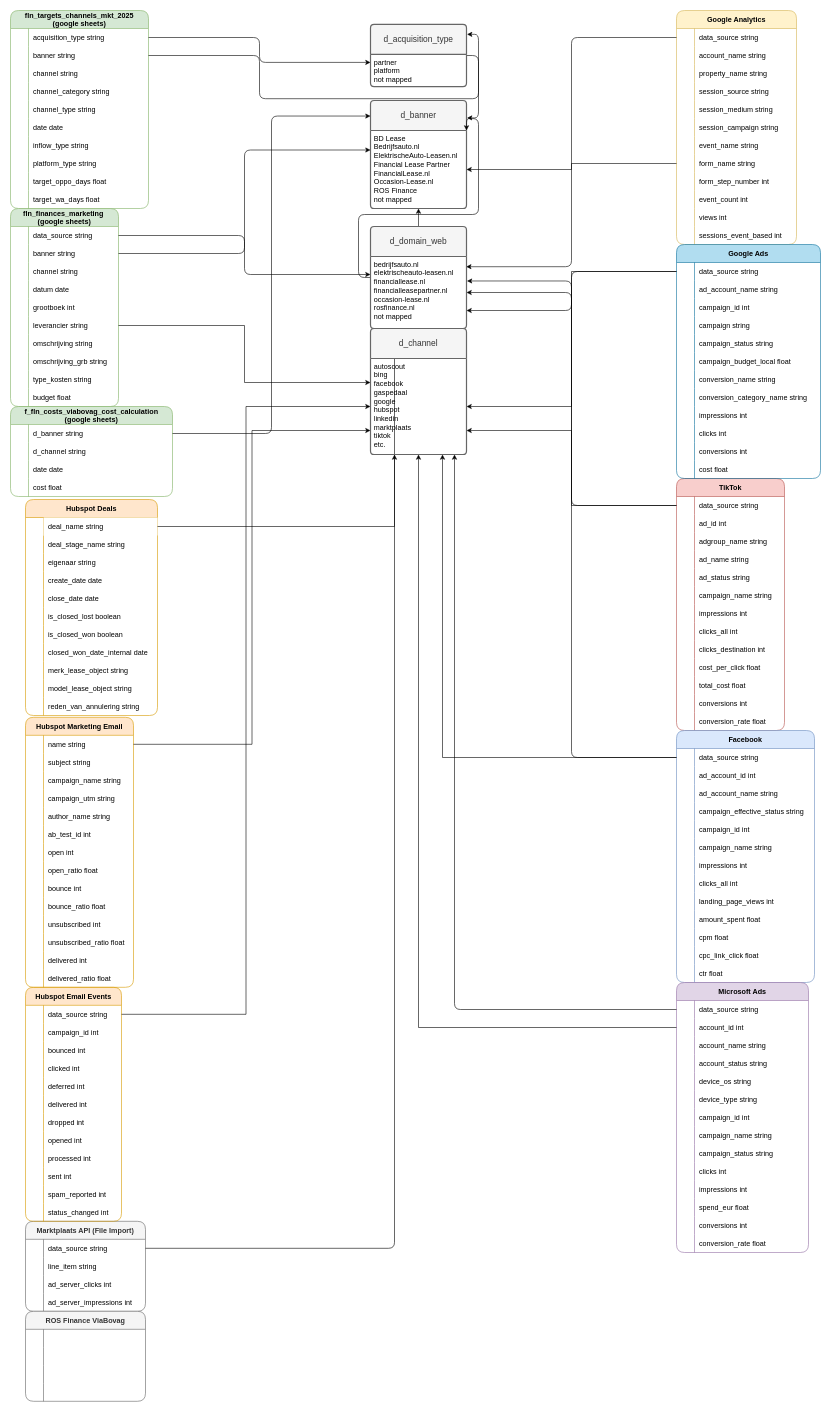
This is funnel_mapping.drawio from YveTDS/Draw_io, a draw.io file, before an edit. Source tidied: cells renumbered, new cells numbered last; positions are measured from the earlier drawing's top-left corner, leaving out a move shared by most shapes. Both pictures are drawn from the tidied source at 60%, with x=0, y=0 at pixel (10, 10).
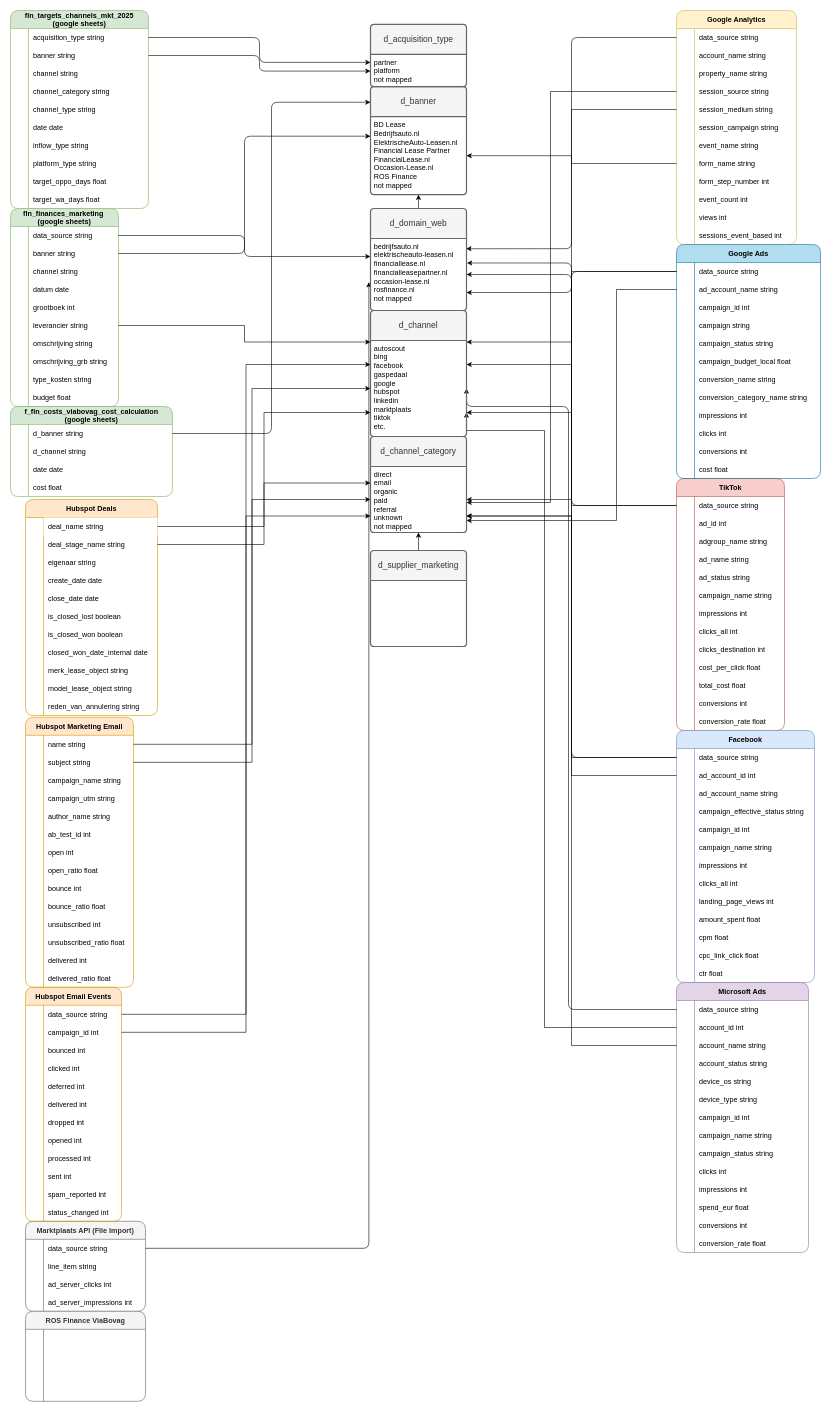
Above is the later version.

The change refers to these unchanged cells:
```xml
<mxCell id="18" style="shape=tableRow;horizontal=0;startSize=0;swimlaneHead=0;swimlaneBody=0;fillColor=none;points=[[0,0.5],[1,0.5]];portConstraint=eastwest;strokeColor=inherit;top=0;left=0;right=0;bottom=0;rounded=1;" parent="2" vertex="1">
  <mxGeometry y="180" width="180" height="30" as="geometry" />
</mxCell>
<mxCell id="50" style="shape=tableRow;horizontal=0;startSize=0;swimlaneHead=0;swimlaneBody=0;fillColor=none;points=[[0,0.5],[1,0.5]];portConstraint=eastwest;strokeColor=inherit;top=0;left=0;right=0;bottom=0;rounded=1;" parent="46" vertex="1">
  <mxGeometry y="60" width="230" height="30" as="geometry" />
</mxCell>
<mxCell id="79" value="BD Lease&lt;div&gt;Bedrijfsauto.nl&lt;/div&gt;&lt;div&gt;ElektrischeAuto-Leasen.nl&lt;/div&gt;&lt;div&gt;Financial Lease Partner&lt;/div&gt;&lt;div&gt;FinancialLease.nl&lt;/div&gt;&lt;div&gt;Occasion-Lease.nl&lt;/div&gt;&lt;div&gt;ROS Finance&amp;nbsp;&lt;/div&gt;&lt;div&gt;not mapped&lt;/div&gt;" style="align=left;strokeColor=none;fillColor=none;spacingLeft=4;spacingRight=4;fontSize=12;verticalAlign=top;html=1;whiteSpace=wrap;rounded=1;" parent="78" vertex="1">
  <mxGeometry y="50" width="160" height="130" as="geometry" />
</mxCell>
<mxCell id="93" style="shape=tableRow;horizontal=0;startSize=0;swimlaneHead=0;swimlaneBody=0;fillColor=none;points=[[0,0.5],[1,0.5]];portConstraint=eastwest;strokeColor=inherit;top=0;left=0;right=0;bottom=0;rounded=1;" parent="83" vertex="1">
  <mxGeometry y="120" width="200" height="30" as="geometry" />
</mxCell>
<mxCell id="96" style="shape=tableRow;horizontal=0;startSize=0;swimlaneHead=0;swimlaneBody=0;fillColor=none;points=[[0,0.5],[1,0.5]];portConstraint=eastwest;strokeColor=inherit;top=0;left=0;right=0;bottom=0;rounded=1;" parent="83" vertex="1">
  <mxGeometry y="150" width="200" height="30" as="geometry" />
</mxCell>
<mxCell id="125" style="shape=tableRow;horizontal=0;startSize=0;swimlaneHead=0;swimlaneBody=0;fillColor=none;points=[[0,0.5],[1,0.5]];portConstraint=eastwest;strokeColor=inherit;top=0;left=0;right=0;bottom=0;rounded=1;" parent="124" vertex="1">
  <mxGeometry y="30" width="180" height="30" as="geometry" />
</mxCell>
<mxCell id="166" style="shape=tableRow;horizontal=0;startSize=0;swimlaneHead=0;swimlaneBody=0;fillColor=none;points=[[0,0.5],[1,0.5]];portConstraint=eastwest;strokeColor=inherit;top=0;left=0;right=0;bottom=0;rounded=1;" parent="165" vertex="1">
  <mxGeometry y="30" width="230" height="30" as="geometry" />
</mxCell>
<mxCell id="169" style="shape=tableRow;horizontal=0;startSize=0;swimlaneHead=0;swimlaneBody=0;fillColor=none;points=[[0,0.5],[1,0.5]];portConstraint=eastwest;strokeColor=inherit;top=0;left=0;right=0;bottom=0;rounded=1;" parent="165" vertex="1">
  <mxGeometry y="60" width="230" height="30" as="geometry" />
</mxCell>
<mxCell id="207" style="shape=tableRow;horizontal=0;startSize=0;swimlaneHead=0;swimlaneBody=0;fillColor=none;points=[[0,0.5],[1,0.5]];portConstraint=eastwest;strokeColor=inherit;top=0;left=0;right=0;bottom=0;rounded=1;" parent="206" vertex="1">
  <mxGeometry y="30" width="240" height="30" as="geometry" />
</mxCell>
<mxCell id="210" style="shape=tableRow;horizontal=0;startSize=0;swimlaneHead=0;swimlaneBody=0;fillColor=none;points=[[0,0.5],[1,0.5]];portConstraint=eastwest;strokeColor=inherit;top=0;left=0;right=0;bottom=0;rounded=1;" parent="206" vertex="1">
  <mxGeometry y="60" width="240" height="30" as="geometry" />
</mxCell>
<mxCell id="245" style="shape=tableRow;horizontal=0;startSize=0;swimlaneHead=0;swimlaneBody=0;fillColor=none;points=[[0,0.5],[1,0.5]];portConstraint=eastwest;strokeColor=inherit;top=0;left=0;right=0;bottom=0;rounded=1;" parent="244" vertex="1">
  <mxGeometry y="30" width="220" height="30" as="geometry" />
</mxCell>
<mxCell id="248" style="shape=tableRow;horizontal=0;startSize=0;swimlaneHead=0;swimlaneBody=0;fillColor=none;points=[[0,0.5],[1,0.5]];portConstraint=eastwest;strokeColor=inherit;top=0;left=0;right=0;bottom=0;rounded=1;" parent="244" vertex="1">
  <mxGeometry y="60" width="220" height="30" as="geometry" />
</mxCell>
<mxCell id="251" style="shape=tableRow;horizontal=0;startSize=0;swimlaneHead=0;swimlaneBody=0;fillColor=none;points=[[0,0.5],[1,0.5]];portConstraint=eastwest;strokeColor=inherit;top=0;left=0;right=0;bottom=0;rounded=1;" parent="244" vertex="1">
  <mxGeometry y="90" width="220" height="30" as="geometry" />
</mxCell>
<mxCell id="288" style="shape=tableRow;horizontal=0;startSize=0;swimlaneHead=0;swimlaneBody=0;fillColor=none;points=[[0,0.5],[1,0.5]];portConstraint=eastwest;strokeColor=inherit;top=0;left=0;right=0;bottom=0;rounded=1;" parent="287" vertex="1">
  <mxGeometry y="30" width="200" height="30" as="geometry" />
</mxCell>
<mxCell id="302" style="shape=tableRow;horizontal=0;startSize=0;swimlaneHead=0;swimlaneBody=0;fillColor=none;points=[[0,0.5],[1,0.5]];portConstraint=eastwest;strokeColor=inherit;top=0;left=0;right=0;bottom=0;rounded=1;" parent="301" vertex="1">
  <mxGeometry y="30" width="220" height="30" as="geometry" />
</mxCell>
<mxCell id="305" style="shape=tableRow;horizontal=0;startSize=0;swimlaneHead=0;swimlaneBody=0;fillColor=none;points=[[0,0.5],[1,0.5]];portConstraint=eastwest;strokeColor=inherit;top=0;left=0;right=0;bottom=0;rounded=1;" parent="301" vertex="1">
  <mxGeometry y="60" width="220" height="30" as="geometry" />
</mxCell>
<mxCell id="336" style="shape=tableRow;horizontal=0;startSize=0;swimlaneHead=0;swimlaneBody=0;fillColor=none;points=[[0,0.5],[1,0.5]];portConstraint=eastwest;strokeColor=inherit;top=0;left=0;right=0;bottom=0;rounded=1;" parent="335" vertex="1">
  <mxGeometry y="30" width="160" height="30" as="geometry" />
</mxCell>
<mxCell id="339" style="shape=tableRow;horizontal=0;startSize=0;swimlaneHead=0;swimlaneBody=0;fillColor=none;points=[[0,0.5],[1,0.5]];portConstraint=eastwest;strokeColor=inherit;top=0;left=0;right=0;bottom=0;rounded=1;" parent="335" vertex="1">
  <mxGeometry y="60" width="160" height="30" as="geometry" />
</mxCell>
<mxCell id="373" style="shape=tableRow;horizontal=0;startSize=0;swimlaneHead=0;swimlaneBody=0;fillColor=none;points=[[0,0.5],[1,0.5]];portConstraint=eastwest;strokeColor=inherit;top=0;left=0;right=0;bottom=0;rounded=1;" parent="372" vertex="1">
  <mxGeometry y="30" width="180" height="30" as="geometry" />
</mxCell>
<mxCell id="376" style="shape=tableRow;horizontal=0;startSize=0;swimlaneHead=0;swimlaneBody=0;fillColor=none;points=[[0,0.5],[1,0.5]];portConstraint=eastwest;strokeColor=inherit;top=0;left=0;right=0;bottom=0;rounded=1;" parent="372" vertex="1">
  <mxGeometry y="60" width="180" height="30" as="geometry" />
</mxCell>
<mxCell id="416" value="d_acquisition_type" style="swimlane;horizontal=1;startSize=50;rounded=1;fontSize=14;fontStyle=0;strokeWidth=2;shadow=0;dashed=0;align=center;arcSize=4;whiteSpace=wrap;html=1;fillColor=#f5f5f5;fontColor=#333333;strokeColor=#666666;" parent="1" vertex="1">
  <mxGeometry x="600" y="23" width="160" height="104" as="geometry" />
</mxCell>
<mxCell id="419" value="bedrijfsauto.nl&lt;div&gt;elektrischeauto-leasen.nl&lt;/div&gt;&lt;div&gt;financiallease.nl&lt;/div&gt;&lt;div&gt;financialleasepartner.nl&lt;/div&gt;&lt;div&gt;occasion-lease.nl&lt;/div&gt;&lt;div&gt;rosfinance.nl&lt;/div&gt;&lt;div&gt;not mapped&lt;/div&gt;" style="align=left;strokeColor=none;fillColor=none;spacingLeft=4;spacingRight=4;fontSize=12;verticalAlign=top;html=1;whiteSpace=wrap;rounded=1;" parent="418" vertex="1">
  <mxGeometry y="50" width="160" height="120" as="geometry" />
</mxCell>
<mxCell id="444" value="autoscout&lt;div&gt;bing&lt;/div&gt;&lt;div&gt;facebook&lt;/div&gt;&lt;div&gt;gaspedaal&lt;/div&gt;&lt;div&gt;google&lt;/div&gt;&lt;div&gt;hubspot&lt;/div&gt;&lt;div&gt;linkedin&lt;/div&gt;&lt;div&gt;marktplaats&lt;/div&gt;&lt;div&gt;tiktok&lt;/div&gt;&lt;div&gt;etc.&lt;/div&gt;" style="align=left;strokeColor=none;fillColor=none;spacingLeft=4;spacingRight=4;fontSize=12;verticalAlign=top;html=1;whiteSpace=wrap;rounded=1;" parent="443" vertex="1">
  <mxGeometry y="50" width="160" height="160" as="geometry" />
</mxCell>
```

The edit, as a diff of the source:
```diff
@@
     <mxCell id="78" value="d_banner" style="swimlane;horizontal=1;startSize=50;rounded=1;fontSize=14;fontStyle=0;strokeWidth=2;shadow=0;dashed=0;align=center;arcSize=4;whiteSpace=wrap;html=1;fillColor=#f5f5f5;fontColor=#333333;strokeColor=#666666;" parent="1" vertex="1">
-      <mxGeometry x="600" y="150" width="160" height="180" as="geometry" />
+      <mxGeometry x="600" y="127" width="160" height="180" as="geometry" />
     </mxCell>
@@
-    <mxCell id="82" style="edgeStyle=orthogonalEdgeStyle;rounded=1;jettySize=auto;html=1;exitX=1;exitY=0.5;exitDx=0;exitDy=0;entryX=1.006;entryY=0.161;entryDx=0;entryDy=0;entryPerimeter=0;" parent="1" edge="1" source="416" target="78">
-      <mxGeometry relative="1" as="geometry" />
-    </mxCell>
@@
-    <mxCell id="120" style="edgeStyle=orthogonalEdgeStyle;rounded=1;jettySize=auto;html=1;exitX=0;exitY=0.5;exitDx=0;exitDy=0;entryX=1;entryY=0;entryDx=0;entryDy=0;" parent="1" edge="1" source="418" target="79">
-      <mxGeometry relative="1" as="geometry" />
-    </mxCell>
@@
-    <mxCell id="300" style="edgeStyle=orthogonalEdgeStyle;rounded=1;jettySize=auto;html=1;exitX=1;exitY=0.5;exitDx=0;exitDy=0;entryX=0.25;entryY=1;entryDx=0;entryDy=0;" parent="1" edge="1" source="288" target="419">
+    <mxCell id="300" style="edgeStyle=orthogonalEdgeStyle;rounded=1;jettySize=auto;html=1;exitX=1;exitY=0.5;exitDx=0;exitDy=0;entryX=-0.017;entryY=0.606;entryDx=0;entryDy=0;entryPerimeter=0;" parent="1" edge="1" source="288" target="419">
       <mxGeometry relative="1" as="geometry" />
     </mxCell>
@@
-    <mxCell id="415" style="edgeStyle=orthogonalEdgeStyle;rounded=1;jettySize=auto;html=1;exitX=1;exitY=0.5;exitDx=0;exitDy=0;entryX=1.006;entryY=0.161;entryDx=0;entryDy=0;entryPerimeter=0;" parent="1" edge="1" source="50" target="416">
+    <mxCell id="415" style="edgeStyle=orthogonalEdgeStyle;rounded=1;jettySize=auto;html=1;exitX=1;exitY=0.5;exitDx=0;exitDy=0;entryX=0;entryY=0.75;entryDx=0;entryDy=0;" parent="1" edge="1" source="50" target="416">
       <mxGeometry relative="1" as="geometry" />
     </mxCell>
@@
     <mxCell id="418" value="d_domain_web" style="swimlane;horizontal=1;startSize=50;rounded=1;fontSize=14;fontStyle=0;strokeWidth=2;shadow=0;dashed=0;align=center;arcSize=4;whiteSpace=wrap;html=1;fillColor=#f5f5f5;fontColor=#333333;strokeColor=#666666;" parent="1" vertex="1">
-      <mxGeometry x="600" y="360" width="160" height="170" as="geometry" />
+      <mxGeometry x="600" y="330" width="160" height="170" as="geometry" />
     </mxCell>
@@
-    <mxCell id="435" style="edgeStyle=orthogonalEdgeStyle;rounded=0;jettySize=auto;html=1;exitX=0;exitY=0.5;exitDx=0;exitDy=0;entryX=1;entryY=0.5;entryDx=0;entryDy=0;" parent="1" edge="1" source="207" target="444">
+    <mxCell id="435" style="edgeStyle=orthogonalEdgeStyle;rounded=0;jettySize=auto;html=1;exitX=0;exitY=0.5;exitDx=0;exitDy=0;entryX=1;entryY=0.25;entryDx=0;entryDy=0;" parent="1" edge="1" source="207" target="443">
       <mxGeometry relative="1" as="geometry" />
     </mxCell>
-    <mxCell id="436" style="edgeStyle=orthogonalEdgeStyle;rounded=0;jettySize=auto;html=1;exitX=0;exitY=0.5;exitDx=0;exitDy=0;entryX=1;entryY=0.75;entryDx=0;entryDy=0;" parent="1" edge="1" source="125" target="444">
+    <mxCell id="436" style="edgeStyle=orthogonalEdgeStyle;rounded=0;jettySize=auto;html=1;exitX=0;exitY=0.5;exitDx=0;exitDy=0;entryX=1;entryY=0.25;entryDx=0;entryDy=0;" parent="1" edge="1" source="125" target="444">
       <mxGeometry relative="1" as="geometry" />
     </mxCell>
-    <mxCell id="437" style="edgeStyle=orthogonalEdgeStyle;rounded=0;jettySize=auto;html=1;exitX=0;exitY=0.5;exitDx=0;exitDy=0;entryX=0.75;entryY=1;entryDx=0;entryDy=0;" parent="1" edge="1" source="166" target="444">
+    <mxCell id="437" style="edgeStyle=orthogonalEdgeStyle;rounded=0;jettySize=auto;html=1;exitX=0;exitY=0.5;exitDx=0;exitDy=0;entryX=1;entryY=0.75;entryDx=0;entryDy=0;" parent="1" edge="1" source="166" target="444">
       <mxGeometry relative="1" as="geometry" />
     </mxCell>
-    <mxCell id="438" style="edgeStyle=orthogonalEdgeStyle;rounded=0;jettySize=auto;html=1;exitX=0;exitY=0.5;exitDx=0;exitDy=0;entryX=0.5;entryY=1;entryDx=0;entryDy=0;" parent="1" edge="1" source="248" target="444">
-      <mxGeometry relative="1" as="geometry" />
+    <mxCell id="438" style="edgeStyle=orthogonalEdgeStyle;rounded=0;jettySize=auto;html=1;exitX=0;exitY=0.5;exitDx=0;exitDy=0;entryX=1;entryY=0.75;entryDx=0;entryDy=0;" parent="1" edge="1" source="248" target="444">
+      <mxGeometry relative="1" as="geometry">
+        <Array as="points">
+          <mxPoint x="890" y="1695" />
+          <mxPoint x="890" y="700" />
+        </Array>
+      </mxGeometry>
     </mxCell>
-    <mxCell id="439" style="edgeStyle=orthogonalEdgeStyle;rounded=0;jettySize=auto;html=1;exitX=1;exitY=0.5;exitDx=0;exitDy=0;entryX=0.25;entryY=1;entryDx=0;entryDy=0;" parent="1" edge="1" source="302" target="444">
+    <mxCell id="439" style="edgeStyle=orthogonalEdgeStyle;rounded=0;jettySize=auto;html=1;exitX=1;exitY=0.5;exitDx=0;exitDy=0;entryX=0;entryY=0.75;entryDx=0;entryDy=0;" parent="1" edge="1" source="302" target="444">
       <mxGeometry relative="1" as="geometry" />
     </mxCell>
-    <mxCell id="440" style="edgeStyle=orthogonalEdgeStyle;rounded=0;jettySize=auto;html=1;exitX=1;exitY=0.5;exitDx=0;exitDy=0;entryX=0;entryY=0.75;entryDx=0;entryDy=0;" parent="1" edge="1" source="373" target="444">
+    <mxCell id="440" style="edgeStyle=orthogonalEdgeStyle;rounded=0;jettySize=auto;html=1;exitX=1;exitY=0.5;exitDx=0;exitDy=0;entryX=0;entryY=0.5;entryDx=0;entryDy=0;" parent="1" edge="1" source="373" target="444">
       <mxGeometry relative="1" as="geometry" />
     </mxCell>
-    <mxCell id="441" style="edgeStyle=orthogonalEdgeStyle;rounded=0;jettySize=auto;html=1;entryX=0;entryY=0.5;entryDx=0;entryDy=0;" parent="1" edge="1" source="336" target="444">
+    <mxCell id="441" style="edgeStyle=orthogonalEdgeStyle;rounded=0;jettySize=auto;html=1;entryX=0;entryY=0.25;entryDx=0;entryDy=0;" parent="1" edge="1" source="336" target="444">
       <mxGeometry relative="1" as="geometry" />
     </mxCell>
-    <mxCell id="442" style="edgeStyle=orthogonalEdgeStyle;rounded=1;jettySize=auto;html=1;exitX=0;exitY=0.5;exitDx=0;exitDy=0;entryX=0.875;entryY=1;entryDx=0;entryDy=0;entryPerimeter=0;" parent="1" edge="1" source="245" target="443">
-      <mxGeometry relative="1" as="geometry" />
+    <mxCell id="442" style="edgeStyle=orthogonalEdgeStyle;rounded=1;jettySize=auto;html=1;exitX=0;exitY=0.5;exitDx=0;exitDy=0;entryX=1;entryY=0.5;entryDx=0;entryDy=0;" parent="1" edge="1" source="245" target="444">
+      <mxGeometry relative="1" as="geometry">
+        <Array as="points">
+          <mxPoint x="930" y="1665" />
+          <mxPoint x="930" y="660" />
+        </Array>
+      </mxGeometry>
     </mxCell>
     <mxCell id="443" value="d_channel" style="swimlane;horizontal=1;startSize=50;rounded=1;fontSize=14;fontStyle=0;strokeWidth=2;shadow=0;dashed=0;align=center;arcSize=4;whiteSpace=wrap;html=1;fillColor=#f5f5f5;fontColor=#333333;strokeColor=#666666;" parent="1" vertex="1">
-      <mxGeometry x="600" y="530" width="160" height="210" as="geometry" />
+      <mxGeometry x="600" y="500" width="160" height="210" as="geometry" />
     </mxCell>
@@
-    <mxCell id="446" style="edgeStyle=orthogonalEdgeStyle;rounded=0;jettySize=auto;html=1;exitX=1;exitY=0.5;exitDx=0;exitDy=0;entryX=0;entryY=0.25;entryDx=0;entryDy=0;" parent="1" edge="1" source="18" target="444">
+    <mxCell id="446" style="edgeStyle=orthogonalEdgeStyle;rounded=0;jettySize=auto;html=1;exitX=1;exitY=0.5;exitDx=0;exitDy=0;entryX=0;entryY=0.25;entryDx=0;entryDy=0;" parent="1" edge="1" source="18" target="443">
       <mxGeometry relative="1" as="geometry" />
     </mxCell>
+    <mxCell id="447" value="d_channel_category" style="swimlane;horizontal=1;startSize=50;rounded=1;fontSize=14;fontStyle=0;strokeWidth=2;shadow=0;dashed=0;align=center;arcSize=4;whiteSpace=wrap;html=1;fillColor=#f5f5f5;fontColor=#333333;strokeColor=#666666;" parent="1" vertex="1">
+      <mxGeometry x="600" y="710" width="160" height="160" as="geometry" />
+    </mxCell>
+    <mxCell id="448" value="direct&lt;div&gt;email&lt;/div&gt;&lt;div&gt;organic&lt;/div&gt;&lt;div&gt;paid&lt;/div&gt;&lt;div&gt;referral&lt;/div&gt;&lt;div&gt;unknown&lt;/div&gt;&lt;div&gt;not mapped&lt;/div&gt;&lt;div&gt;&lt;br&gt;&lt;/div&gt;" style="align=left;strokeColor=none;fillColor=none;spacingLeft=4;spacingRight=4;fontSize=12;verticalAlign=top;html=1;whiteSpace=wrap;rounded=1;" parent="447" vertex="1">
+      <mxGeometry y="50" width="160" height="110" as="geometry" />
+    </mxCell>
+    <mxCell id="449" style="edgeStyle=orthogonalEdgeStyle;rounded=1;orthogonalLoop=1;jettySize=auto;html=1;exitX=0.5;exitY=1;exitDx=0;exitDy=0;" parent="447" edge="1" source="448" target="448">
+      <mxGeometry relative="1" as="geometry" />
+    </mxCell>
+    <mxCell id="450" style="edgeStyle=orthogonalEdgeStyle;rounded=0;jettySize=auto;html=1;exitX=0;exitY=0.5;exitDx=0;exitDy=0;" parent="1" edge="1" source="93" target="447">
+      <mxGeometry relative="1" as="geometry">
+        <Array as="points">
+          <mxPoint x="900" y="135" />
+          <mxPoint x="900" y="820" />
+        </Array>
+      </mxGeometry>
+    </mxCell>
+    <mxCell id="451" style="edgeStyle=orthogonalEdgeStyle;rounded=0;jettySize=auto;html=1;exitX=0;exitY=0.5;exitDx=0;exitDy=0;entryX=1;entryY=0.5;entryDx=0;entryDy=0;" parent="1" edge="1" source="96" target="448">
+      <mxGeometry relative="1" as="geometry" />
+    </mxCell>
+    <mxCell id="452" style="edgeStyle=orthogonalEdgeStyle;rounded=0;jettySize=auto;html=1;exitX=0;exitY=0.5;exitDx=0;exitDy=0;" parent="1" edge="1" source="210">
+      <mxGeometry relative="1" as="geometry">
+        <mxPoint x="760" y="850" as="targetPoint" />
+        <Array as="points">
+          <mxPoint x="1010" y="465" />
+          <mxPoint x="1010" y="850" />
+        </Array>
+      </mxGeometry>
+    </mxCell>
+    <mxCell id="453" style="edgeStyle=orthogonalEdgeStyle;rounded=0;jettySize=auto;html=1;exitX=0;exitY=0.5;exitDx=0;exitDy=0;entryX=1;entryY=0.75;entryDx=0;entryDy=0;" parent="1" edge="1" source="169" target="448">
+      <mxGeometry relative="1" as="geometry" />
+    </mxCell>
+    <mxCell id="454" style="edgeStyle=orthogonalEdgeStyle;rounded=0;jettySize=auto;html=1;exitX=0;exitY=0.5;exitDx=0;exitDy=0;entryX=1;entryY=0.75;entryDx=0;entryDy=0;" parent="1" edge="1" source="251" target="448">
+      <mxGeometry relative="1" as="geometry" />
+    </mxCell>
+    <mxCell id="455" style="edgeStyle=orthogonalEdgeStyle;rounded=0;jettySize=auto;html=1;exitX=1;exitY=0.5;exitDx=0;exitDy=0;entryX=0;entryY=0.75;entryDx=0;entryDy=0;" parent="1" edge="1" source="339" target="448">
+      <mxGeometry relative="1" as="geometry" />
+    </mxCell>
+    <mxCell id="456" style="edgeStyle=orthogonalEdgeStyle;rounded=0;jettySize=auto;html=1;exitX=1;exitY=0.5;exitDx=0;exitDy=0;entryX=0;entryY=0.5;entryDx=0;entryDy=0;" parent="1" edge="1" source="376" target="448">
+      <mxGeometry relative="1" as="geometry" />
+    </mxCell>
+    <mxCell id="457" style="edgeStyle=orthogonalEdgeStyle;rounded=0;jettySize=auto;html=1;exitX=1;exitY=0.5;exitDx=0;exitDy=0;entryX=0;entryY=0.25;entryDx=0;entryDy=0;" parent="1" edge="1" source="305" target="448">
+      <mxGeometry relative="1" as="geometry" />
+    </mxCell>
+    <mxCell id="458" style="edgeStyle=orthogonalEdgeStyle;rounded=0;jettySize=auto;html=1;exitX=0.5;exitY=0;exitDx=0;exitDy=0;entryX=0.5;entryY=1;entryDx=0;entryDy=0;" parent="1" edge="1" source="459" target="448">
+      <mxGeometry relative="1" as="geometry" />
+    </mxCell>
+    <mxCell id="459" value="d_supplier_marketing" style="swimlane;horizontal=1;startSize=50;rounded=1;fontSize=14;fontStyle=0;strokeWidth=2;shadow=0;dashed=0;align=center;arcSize=4;whiteSpace=wrap;html=1;fillColor=#f5f5f5;fontColor=#333333;strokeColor=#666666;" parent="1" vertex="1">
+      <mxGeometry x="600" y="900" width="160" height="160" as="geometry" />
+    </mxCell>
+    <mxCell id="460" value="&lt;div&gt;&lt;br&gt;&lt;/div&gt;" style="align=left;strokeColor=none;fillColor=none;spacingLeft=4;spacingRight=4;fontSize=12;verticalAlign=top;html=1;whiteSpace=wrap;rounded=1;" parent="459" vertex="1">
+      <mxGeometry y="50" width="160" height="110" as="geometry" />
+    </mxCell>
+    <mxCell id="461" style="edgeStyle=orthogonalEdgeStyle;rounded=1;orthogonalLoop=1;jettySize=auto;html=1;exitX=0.5;exitY=1;exitDx=0;exitDy=0;" parent="459" edge="1" source="460" target="460">
+      <mxGeometry relative="1" as="geometry" />
+    </mxCell>
```
